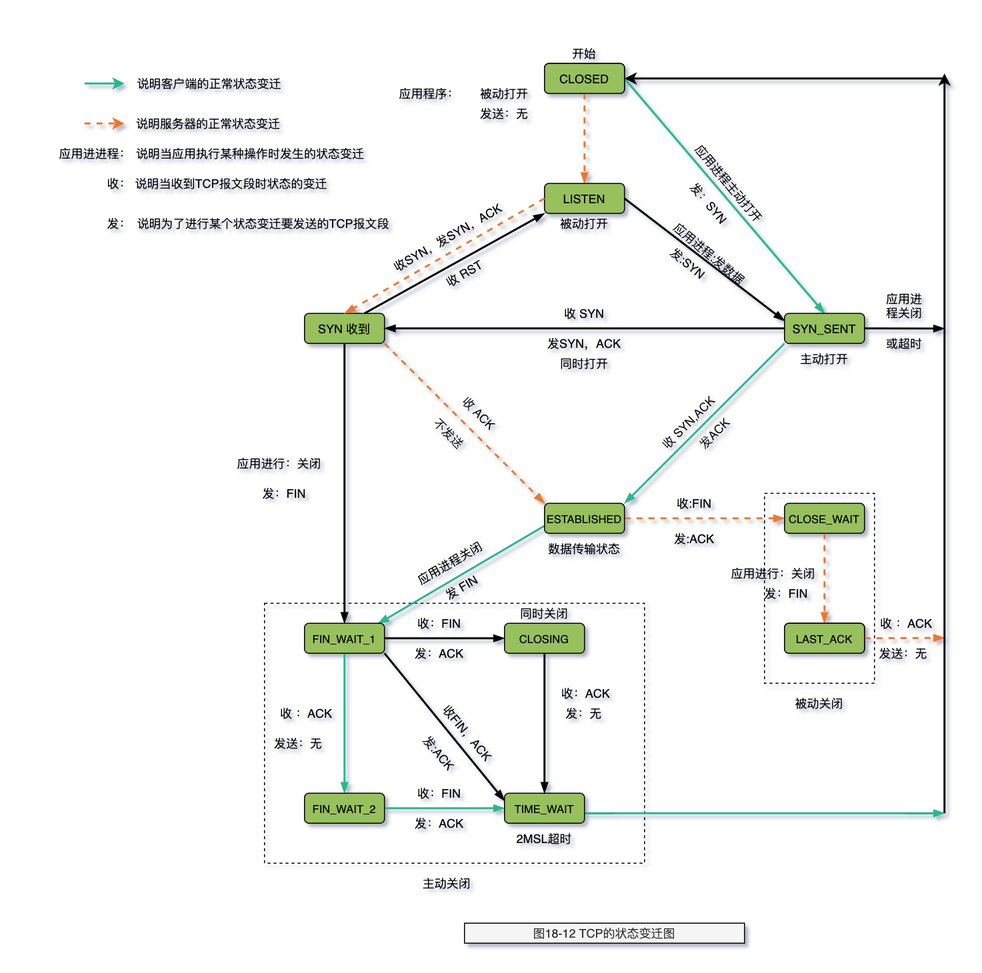
Earlier version of the draw.io export tcp-ip/TCP-IP-详解-卷1/images/TCP-IP-18-12.png (web1992/read). Source tidied: cells renumbered, new cells last; positions are measured from the earlier drawing's top-left corner, leaving out a move shared by most shapes.
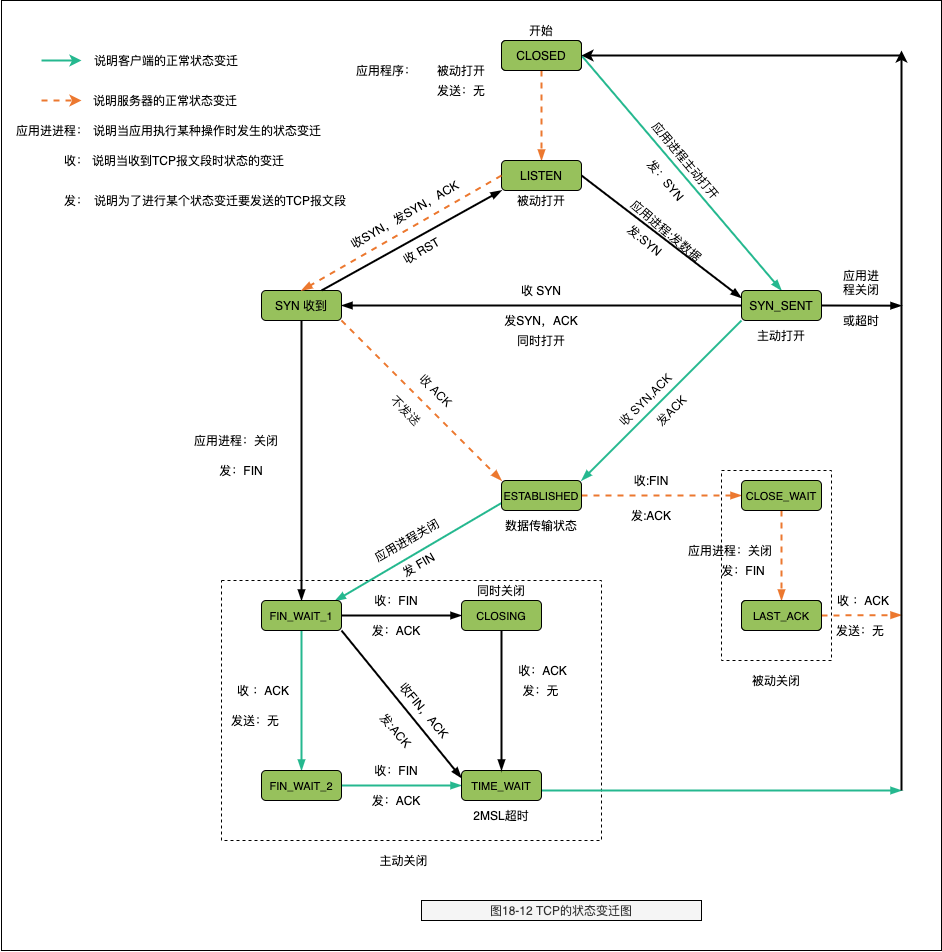
Above is the later version.

What changed in the source:
```diff
@@ -2,6 +2,9 @@
   <root>
     <mxCell id="0" />
     <mxCell id="1" parent="0" />
+    <mxCell id="96" style="rounded=0;whiteSpace=wrap;html=1;labelBackgroundColor=none;fillColor=none;" parent="1" vertex="1">
+      <mxGeometry x="1" y="-20" width="940" height="950" as="geometry" />
+    </mxCell>
     <mxCell id="2" style="rounded=0;whiteSpace=wrap;html=1;strokeColor=#000000;strokeWidth=1;align=right;fillColor=none;dashed=1;" parent="1" vertex="1">
       <mxGeometry x="221" y="560" width="380" height="260" as="geometry" />
     </mxCell>
@@ -159,7 +162,7 @@
     <mxCell id="50" value="不发送" style="text;html=1;strokeColor=none;fillColor=none;align=center;verticalAlign=middle;whiteSpace=wrap;rounded=0;rotation=45;" parent="1" vertex="1">
       <mxGeometry x="371" y="380" width="70" height="20" as="geometry" />
     </mxCell>
-    <mxCell id="51" value="应用进行：关闭" style="text;html=1;strokeColor=none;fillColor=none;align=center;verticalAlign=middle;whiteSpace=wrap;rounded=0;" parent="1" vertex="1">
+    <mxCell id="51" value="应用进程：关闭" style="text;html=1;strokeColor=none;fillColor=none;align=center;verticalAlign=middle;whiteSpace=wrap;rounded=0;" parent="1" vertex="1">
       <mxGeometry x="191" y="410" width="90" height="20" as="geometry" />
     </mxCell>
     <mxCell id="52" value="发：FIN" style="text;html=1;strokeColor=none;fillColor=none;align=center;verticalAlign=middle;whiteSpace=wrap;rounded=0;" parent="1" vertex="1">
@@ -224,7 +227,7 @@
     <mxCell id="70" value="发:ACK" style="text;html=1;strokeColor=none;fillColor=none;align=center;verticalAlign=middle;whiteSpace=wrap;rounded=0;" parent="1" vertex="1">
       <mxGeometry x="621" y="485" width="60" height="20" as="geometry" />
     </mxCell>
-    <mxCell id="71" value="应用进行：关闭" style="text;html=1;strokeColor=none;fillColor=none;align=center;verticalAlign=middle;whiteSpace=wrap;rounded=0;" parent="1" vertex="1">
+    <mxCell id="71" value="应用进程：关闭" style="text;html=1;strokeColor=none;fillColor=none;align=center;verticalAlign=middle;whiteSpace=wrap;rounded=0;" parent="1" vertex="1">
       <mxGeometry x="685" y="520" width="90" height="20" as="geometry" />
     </mxCell>
     <mxCell id="72" value="发：FIN" style="text;html=1;strokeColor=none;fillColor=none;align=center;verticalAlign=middle;whiteSpace=wrap;rounded=0;" parent="1" vertex="1">
```
